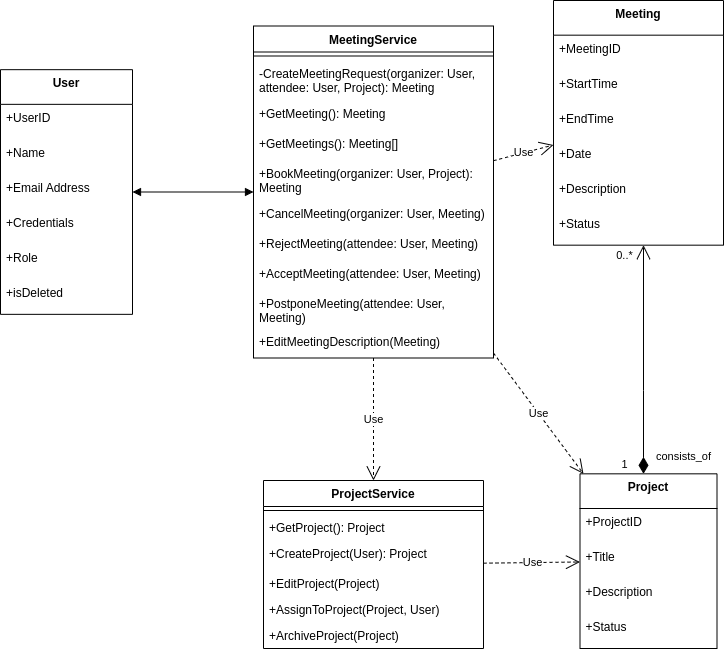
This is UML/Class Diagrams/images/MeetingService Class Diagram.drawio.png from Beginner50/Dissertation, a draw.io export, as it was before one commit. Source tidied: cells renumbered, new cells last; positions are measured from the earlier drawing's top-left corner, leaving out a move shared by most shapes.
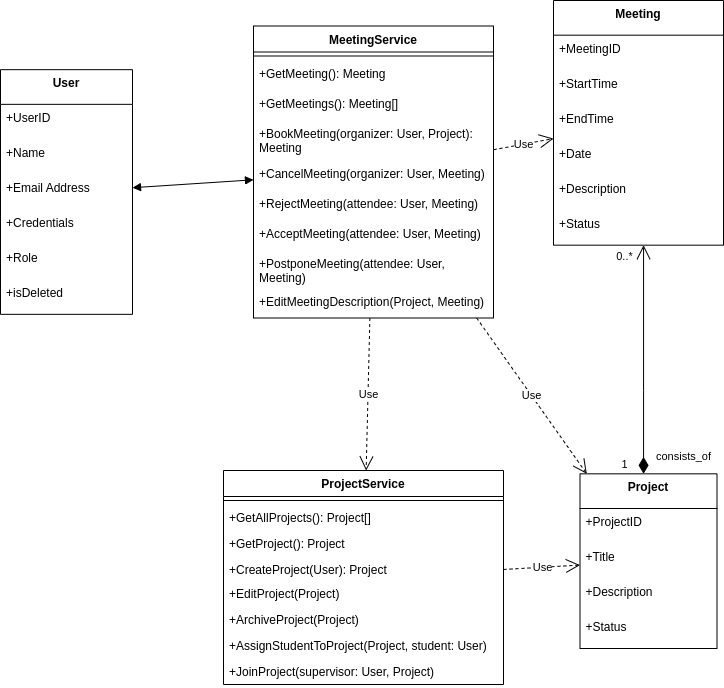
The same file after the commit.

What changed in the source:
```diff
@@ -24,37 +24,34 @@
       <mxGeometry y="209.7" width="170" height="35" as="geometry" />
     </mxCell>
     <mxCell id="9" value="MeetingService" style="swimlane;fontStyle=1;align=center;verticalAlign=top;horizontal=1;startSize=26;whiteSpace=wrap;html=1;" parent="1" vertex="1">
-      <mxGeometry x="253" y="25.5" width="240" height="332" as="geometry" />
+      <mxGeometry x="253" y="25.5" width="240" height="292" as="geometry" />
     </mxCell>
     <mxCell id="10" style="line;strokeWidth=1;fillColor=none;align=left;verticalAlign=middle;spacingTop=-1;spacingLeft=3;spacingRight=3;labelPosition=right;strokeColor=inherit;" parent="9" vertex="1">
       <mxGeometry y="26" width="240" height="8" as="geometry" />
     </mxCell>
-    <mxCell id="11" value="-CreateMeetingRequest(organizer: User, attendee: User, Project): Meeting" style="text;strokeColor=none;fillColor=none;align=left;verticalAlign=top;spacingLeft=4;spacingRight=4;overflow=hidden;whiteSpace=wrap;html=1;" parent="9" vertex="1">
-      <mxGeometry y="34" width="240" height="40" as="geometry" />
-    </mxCell>
     <mxCell id="12" value="+GetMeeting(): Meeting" style="text;strokeColor=none;fillColor=none;align=left;verticalAlign=top;spacingLeft=4;spacingRight=4;overflow=hidden;whiteSpace=wrap;html=1;" parent="9" vertex="1">
-      <mxGeometry y="74" width="240" height="30" as="geometry" />
+      <mxGeometry y="34" width="240" height="30" as="geometry" />
     </mxCell>
     <mxCell id="13" value="+GetMeetings(): Meeting[]" style="text;strokeColor=none;fillColor=none;align=left;verticalAlign=top;spacingLeft=4;spacingRight=4;overflow=hidden;whiteSpace=wrap;html=1;" parent="9" vertex="1">
-      <mxGeometry y="104" width="240" height="30" as="geometry" />
+      <mxGeometry y="64" width="240" height="30" as="geometry" />
     </mxCell>
     <mxCell id="14" value="+BookMeeting(organizer: User, Project): Meeting" style="text;strokeColor=none;fillColor=none;align=left;verticalAlign=top;spacingLeft=4;spacingRight=4;overflow=hidden;whiteSpace=wrap;html=1;" parent="9" vertex="1">
-      <mxGeometry y="134" width="240" height="40" as="geometry" />
+      <mxGeometry y="94" width="240" height="40" as="geometry" />
     </mxCell>
     <mxCell id="15" value="+CancelMeeting(organizer: User, Meeting)" style="text;strokeColor=none;fillColor=none;align=left;verticalAlign=top;spacingLeft=4;spacingRight=4;overflow=hidden;whiteSpace=wrap;html=1;" parent="9" vertex="1">
-      <mxGeometry y="174" width="240" height="30" as="geometry" />
+      <mxGeometry y="134" width="240" height="30" as="geometry" />
     </mxCell>
     <mxCell id="16" value="+RejectMeeting(attendee: User, Meeting)" style="text;strokeColor=none;fillColor=none;align=left;verticalAlign=top;spacingLeft=4;spacingRight=4;overflow=hidden;whiteSpace=wrap;html=1;" parent="9" vertex="1">
-      <mxGeometry y="204" width="240" height="30" as="geometry" />
+      <mxGeometry y="164" width="240" height="30" as="geometry" />
     </mxCell>
     <mxCell id="17" value="+AcceptMeeting(attendee: User, Meeting)" style="text;strokeColor=none;fillColor=none;align=left;verticalAlign=top;spacingLeft=4;spacingRight=4;overflow=hidden;whiteSpace=wrap;html=1;" parent="9" vertex="1">
-      <mxGeometry y="234" width="240" height="30" as="geometry" />
+      <mxGeometry y="194" width="240" height="30" as="geometry" />
     </mxCell>
     <mxCell id="18" value="+PostponeMeeting(attendee: User, Meeting)" style="text;strokeColor=none;fillColor=none;align=left;verticalAlign=top;spacingLeft=4;spacingRight=4;overflow=hidden;whiteSpace=wrap;html=1;" parent="9" vertex="1">
-      <mxGeometry y="264" width="240" height="38" as="geometry" />
+      <mxGeometry y="224" width="240" height="38" as="geometry" />
     </mxCell>
-    <mxCell id="19" value="+EditMeetingDescription(Meeting)" style="text;strokeColor=none;fillColor=none;align=left;verticalAlign=top;spacingLeft=4;spacingRight=4;overflow=hidden;whiteSpace=wrap;html=1;" parent="9" vertex="1">
-      <mxGeometry y="302" width="240" height="30" as="geometry" />
+    <mxCell id="19" value="+EditMeetingDescription(Project, Meeting)" style="text;strokeColor=none;fillColor=none;align=left;verticalAlign=top;spacingLeft=4;spacingRight=4;overflow=hidden;whiteSpace=wrap;html=1;" parent="9" vertex="1">
+      <mxGeometry y="262" width="240" height="30" as="geometry" />
     </mxCell>
     <mxCell id="20" value="Use" style="endArrow=open;endSize=12;dashed=1;html=1;rounded=0;" parent="1" edge="1" source="9" target="2">
       <mxGeometry relative="1" as="geometry" />
@@ -83,27 +80,6 @@
     <mxCell id="28" style="endArrow=block;startArrow=block;endFill=1;startFill=1;html=1;rounded=0;" parent="1" edge="1" source="9" target="21">
       <mxGeometry relative="1" as="geometry" />
     </mxCell>
-    <mxCell id="29" value="ProjectService" style="swimlane;fontStyle=1;align=center;verticalAlign=top;horizontal=1;startSize=26;whiteSpace=wrap;html=1;" parent="1" vertex="1">
-      <mxGeometry x="263" y="480" width="220" height="168" as="geometry" />
-    </mxCell>
-    <mxCell id="30" style="line;strokeWidth=1;fillColor=none;align=left;verticalAlign=middle;spacingTop=-1;spacingLeft=3;spacingRight=3;labelPosition=right;strokeColor=inherit;" parent="29" vertex="1">
-      <mxGeometry y="26" width="220" height="8" as="geometry" />
-    </mxCell>
-    <mxCell id="31" value="+GetProject(): Project" style="text;strokeColor=none;fillColor=none;align=left;verticalAlign=top;spacingLeft=4;spacingRight=4;overflow=hidden;whiteSpace=wrap;html=1;" parent="29" vertex="1">
-      <mxGeometry y="34" width="220" height="26" as="geometry" />
-    </mxCell>
-    <mxCell id="32" value="+CreateProject(User): Project" style="text;strokeColor=none;fillColor=none;align=left;verticalAlign=top;spacingLeft=4;spacingRight=4;overflow=hidden;whiteSpace=wrap;html=1;" parent="29" vertex="1">
-      <mxGeometry y="60" width="220" height="30" as="geometry" />
-    </mxCell>
-    <mxCell id="33" value="+EditProject(Project)" style="text;strokeColor=none;fillColor=none;align=left;verticalAlign=top;spacingLeft=4;spacingRight=4;overflow=hidden;whiteSpace=wrap;html=1;" parent="29" vertex="1">
-      <mxGeometry y="90" width="220" height="26" as="geometry" />
-    </mxCell>
-    <mxCell id="34" value="+AssignToProject(Project, User)" style="text;strokeColor=none;fillColor=none;align=left;verticalAlign=top;spacingLeft=4;spacingRight=4;overflow=hidden;whiteSpace=wrap;html=1;" parent="29" vertex="1">
-      <mxGeometry y="116" width="220" height="26" as="geometry" />
-    </mxCell>
-    <mxCell id="35" value="+ArchiveProject(Project)" style="text;strokeColor=none;fillColor=none;align=left;verticalAlign=top;spacingLeft=4;spacingRight=4;overflow=hidden;whiteSpace=wrap;html=1;" parent="29" vertex="1">
-      <mxGeometry y="142" width="220" height="26" as="geometry" />
-    </mxCell>
     <mxCell id="36" value="Use" style="endArrow=open;endSize=12;dashed=1;html=1;rounded=0;" parent="1" edge="1" source="9" target="29">
       <mxGeometry relative="1" as="geometry" />
     </mxCell>
@@ -146,5 +122,32 @@
         <mxPoint x="-20" y="10" as="offset" />
       </mxGeometry>
     </mxCell>
+    <mxCell id="29" value="ProjectService" style="swimlane;fontStyle=1;align=center;verticalAlign=top;horizontal=1;startSize=26;whiteSpace=wrap;html=1;" parent="1" vertex="1">
+      <mxGeometry x="223" y="470" width="280" height="214" as="geometry" />
+    </mxCell>
+    <mxCell id="47" style="line;strokeWidth=1;fillColor=none;align=left;verticalAlign=middle;spacingTop=-1;spacingLeft=3;spacingRight=3;labelPosition=right;strokeColor=inherit;" parent="29" vertex="1">
+      <mxGeometry y="26" width="280" height="8" as="geometry" />
+    </mxCell>
+    <mxCell id="48" value="+GetAllProjects(): Project[]" style="text;strokeColor=none;fillColor=none;align=left;verticalAlign=top;spacingLeft=4;spacingRight=4;overflow=hidden;whiteSpace=wrap;html=1;" parent="29" vertex="1">
+      <mxGeometry y="34" width="280" height="26" as="geometry" />
+    </mxCell>
+    <mxCell id="31" value="+GetProject(): Project" style="text;strokeColor=none;fillColor=none;align=left;verticalAlign=top;spacingLeft=4;spacingRight=4;overflow=hidden;whiteSpace=wrap;html=1;" parent="29" vertex="1">
+      <mxGeometry y="60" width="280" height="26" as="geometry" />
+    </mxCell>
+    <mxCell id="32" value="+CreateProject(User): Project" style="text;strokeColor=none;fillColor=none;align=left;verticalAlign=top;spacingLeft=4;spacingRight=4;overflow=hidden;whiteSpace=wrap;html=1;" parent="29" vertex="1">
+      <mxGeometry y="86" width="280" height="24" as="geometry" />
+    </mxCell>
+    <mxCell id="33" value="+EditProject(Project)" style="text;strokeColor=none;fillColor=none;align=left;verticalAlign=top;spacingLeft=4;spacingRight=4;overflow=hidden;whiteSpace=wrap;html=1;" parent="29" vertex="1">
+      <mxGeometry y="110" width="280" height="26" as="geometry" />
+    </mxCell>
+    <mxCell id="35" value="+ArchiveProject(Project)" style="text;strokeColor=none;fillColor=none;align=left;verticalAlign=top;spacingLeft=4;spacingRight=4;overflow=hidden;whiteSpace=wrap;html=1;" parent="29" vertex="1">
+      <mxGeometry y="136" width="280" height="26" as="geometry" />
+    </mxCell>
+    <mxCell id="49" value="+AssignStudentToProject(Project, student: User)" style="text;strokeColor=none;fillColor=none;align=left;verticalAlign=top;spacingLeft=4;spacingRight=4;overflow=hidden;whiteSpace=wrap;html=1;" parent="29" vertex="1">
+      <mxGeometry y="162" width="280" height="26" as="geometry" />
+    </mxCell>
+    <mxCell id="50" value="+JoinProject(supervisor: User, Project)" style="text;strokeColor=none;fillColor=none;align=left;verticalAlign=top;spacingLeft=4;spacingRight=4;overflow=hidden;whiteSpace=wrap;html=1;" parent="29" vertex="1">
+      <mxGeometry y="188" width="280" height="26" as="geometry" />
+    </mxCell>
   </root>
 </mxGraphModel>
```
